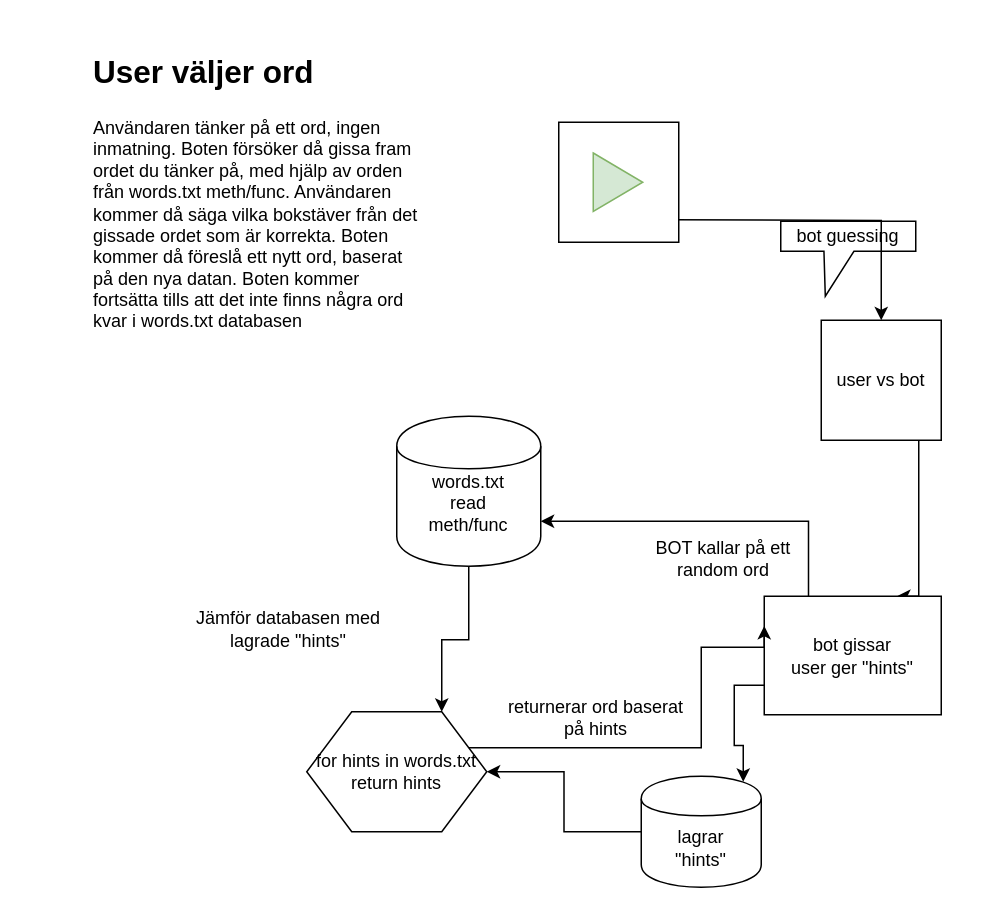
Above: Ordspelet.drawio in oscillate123/python-course-word-game (draw.io), before the change. Source tidied: cells renumbered, new cells numbered last; positions are measured from the earlier drawing's top-left corner, leaving out a move shared by most shapes. Both pictures are drawn from the tidied source at 150%, with x=0, y=0 at pixel (86, 40).
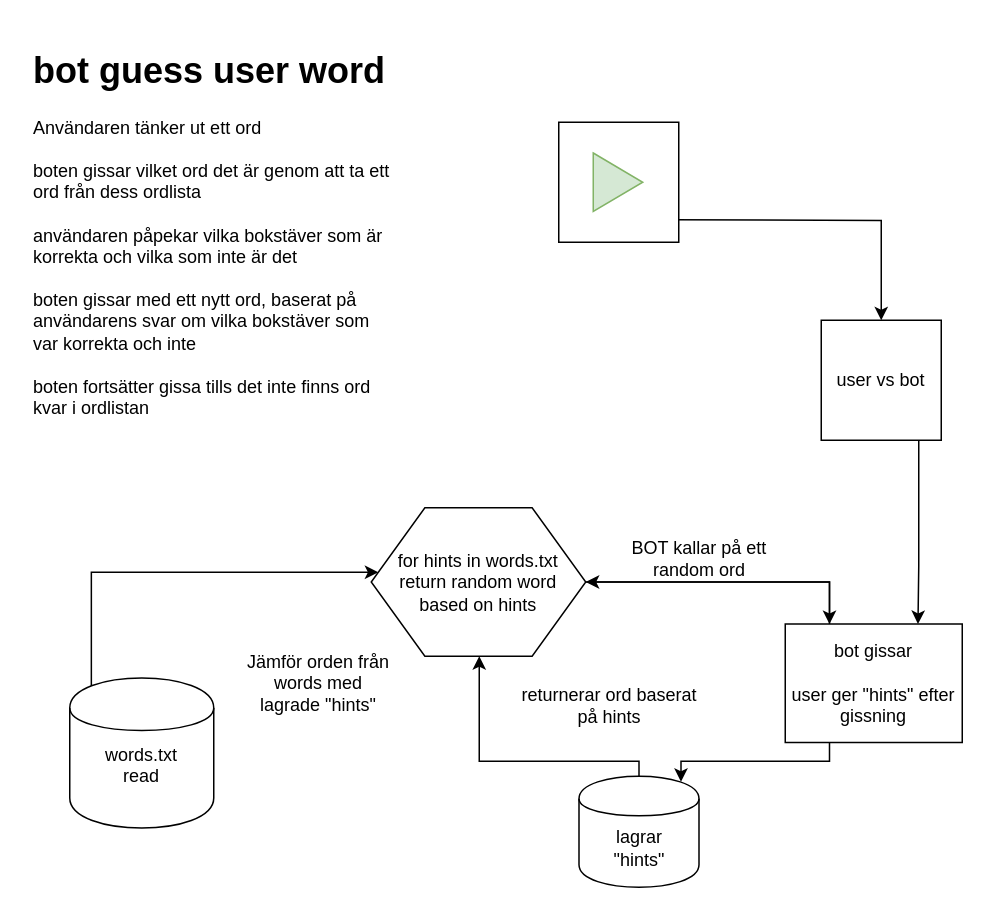
Above is the later version.

Change to the diagram source:
```diff
@@
-    <mxCell id="4" style="edgeStyle=orthogonalEdgeStyle;rounded=0;jettySize=auto;html=1;exitX=0.5;exitY=1;exitDx=0;exitDy=0;entryX=0.75;entryY=0;entryDx=0;entryDy=0;entryPerimeter=0;" parent="1" edge="1" source="5" target="13">
+    <mxCell id="4" style="edgeStyle=orthogonalEdgeStyle;rounded=0;jettySize=auto;html=1;exitX=0.15;exitY=0.95;exitDx=0;exitDy=0;exitPerimeter=0;" parent="1" edge="1" source="5" target="13">
       <mxGeometry relative="1" as="geometry">
         <Array as="points">
-          <mxPoint x="255" y="399" />
-          <mxPoint x="237" y="399" />
+          <mxPoint x="223" y="354" />
         </Array>
       </mxGeometry>
     </mxCell>
-    <mxCell id="5" value="&lt;div&gt;words.txt&lt;br&gt;read&lt;/div&gt;&lt;div&gt;meth/func&lt;br&gt;&lt;/div&gt;&lt;div&gt;&lt;br&gt;&lt;/div&gt;" style="shape=cylinder;whiteSpace=wrap;html=1;boundedLbl=1;backgroundOutline=1;" parent="1" vertex="1">
-      <mxGeometry x="207" y="250" width="96" height="100" as="geometry" />
+    <mxCell id="5" value="&lt;div&gt;words.txt&lt;br&gt;read&lt;/div&gt;&lt;div&gt;&lt;br&gt;&lt;/div&gt;" style="shape=cylinder;whiteSpace=wrap;html=1;boundedLbl=1;backgroundOutline=1;" parent="1" vertex="1">
+      <mxGeometry x="-11" y="424.5" width="96" height="100" as="geometry" />
     </mxCell>
-    <mxCell id="6" value="bot guessing" style="shape=callout;whiteSpace=wrap;html=1;perimeter=calloutPerimeter;size=30;position=0.32;position2=0.33;" parent="1" vertex="1">
-      <mxGeometry x="463" y="120" width="90" height="50" as="geometry" />
-    </mxCell>
@@
-    <mxCell id="8" value="&lt;h1&gt;&lt;font style=&quot;font-size: 21px&quot;&gt;User väljer ord&lt;/font&gt;&lt;br&gt;&lt;/h1&gt;&lt;p&gt;Användaren tänker på ett ord, ingen inmatning. Boten försöker då gissa fram ordet du tänker på, med hjälp av orden från words.txt meth/func. Användaren kommer då säga vilka bokstäver från det gissade ordet som är korrekta. Boten kommer då föreslå ett nytt ord, baserat på den nya datan. Boten kommer fortsätta tills att det inte finns några ord kvar i words.txt databasen&lt;br&gt;&lt;/p&gt;" style="text;html=1;strokeColor=none;fillColor=none;spacing=5;spacingTop=-20;whiteSpace=wrap;overflow=hidden;rounded=0;" parent="1" vertex="1">
-      <mxGeometry width="230" height="220" as="geometry" />
+    <mxCell id="8" value="&lt;h1&gt;bot guess user word&lt;br&gt;&lt;/h1&gt;&lt;p&gt;Användaren tänker ut ett ord&lt;br&gt;&lt;br&gt;boten gissar vilket ord det är genom att ta ett ord från dess ordlista&lt;br&gt;&lt;br&gt;användaren påpekar vilka bokstäver som är korrekta och vilka som inte är det&lt;br&gt;&lt;br&gt;boten gissar med ett nytt ord, baserat på användarens svar om vilka bokstäver som var korrekta och inte&lt;br&gt;&lt;br&gt;boten fortsätter gissa tills det inte finns ord kvar i ordlistan&lt;br&gt;&lt;/p&gt;" style="text;html=1;strokeColor=none;fillColor=none;spacing=5;spacingTop=-20;whiteSpace=wrap;overflow=hidden;rounded=0;" parent="1" vertex="1">
+      <mxGeometry x="-40" width="250" height="310" as="geometry" />
     </mxCell>
-    <mxCell id="9" style="edgeStyle=orthogonalEdgeStyle;rounded=0;jettySize=auto;html=1;exitX=0.25;exitY=0;exitDx=0;exitDy=0;entryX=1;entryY=0.7;entryDx=0;entryDy=0;" parent="1" edge="1" source="11" target="5">
-      <mxGeometry relative="1" as="geometry" />
-    </mxCell>
-    <mxCell id="10" style="edgeStyle=orthogonalEdgeStyle;rounded=0;jettySize=auto;html=1;exitX=0;exitY=0.75;exitDx=0;exitDy=0;entryX=0.85;entryY=0.05;entryDx=0;entryDy=0;entryPerimeter=0;" parent="1" edge="1" source="11" target="17">
-      <mxGeometry relative="1" as="geometry" />
+    <mxCell id="10" style="edgeStyle=orthogonalEdgeStyle;rounded=0;jettySize=auto;html=1;entryX=0.85;entryY=0.05;entryDx=0;entryDy=0;entryPerimeter=0;exitX=0.25;exitY=1;exitDx=0;exitDy=0;" parent="1" edge="1" source="11" target="17">
+      <mxGeometry relative="1" as="geometry">
+        <Array as="points">
+          <mxPoint x="496" y="480" />
+          <mxPoint x="397" y="480" />
+        </Array>
+      </mxGeometry>
     </mxCell>
+    <mxCell id="21" style="edgeStyle=orthogonalEdgeStyle;rounded=0;jettySize=auto;html=1;exitX=0.25;exitY=0;exitDx=0;exitDy=0;entryX=1;entryY=0.5;entryDx=0;entryDy=0;" parent="1" edge="1" source="11" target="13">
+      <mxGeometry relative="1" as="geometry" />
+    </mxCell>
-    <mxCell id="11" value="bot gissar&lt;br&gt;user ger &quot;hints&quot;" style="shape=rectangle;whiteSpace=wrap;html=1;backgroundOutline=1;" parent="1" vertex="1">
-      <mxGeometry x="452" y="370" width="118" height="79" as="geometry" />
+    <mxCell id="11" value="bot gissar&lt;br&gt;&lt;br&gt;user ger &quot;hints&quot; efter gissning" style="shape=rectangle;whiteSpace=wrap;html=1;backgroundOutline=1;" parent="1" vertex="1">
+      <mxGeometry x="466" y="388.5" width="118" height="79" as="geometry" />
     </mxCell>
-    <mxCell id="12" style="edgeStyle=orthogonalEdgeStyle;rounded=0;jettySize=auto;html=1;exitX=1;exitY=0.25;exitDx=0;exitDy=0;entryX=0;entryY=0.25;entryDx=0;entryDy=0;" parent="1" edge="1" source="13" target="11">
-      <mxGeometry relative="1" as="geometry">
-        <Array as="points">
-          <mxPoint x="410" y="471" />
-          <mxPoint x="410" y="404" />
-        </Array>
-      </mxGeometry>
+    <mxCell id="12" style="edgeStyle=orthogonalEdgeStyle;rounded=0;jettySize=auto;html=1;entryX=0.25;entryY=0;entryDx=0;entryDy=0;" parent="1" edge="1" source="13" target="11">
+      <mxGeometry relative="1" as="geometry" />
     </mxCell>
-    <mxCell id="13" value="for hints in words.txt&lt;br&gt;&lt;div&gt;return hints&lt;/div&gt;" style="shape=hexagon;perimeter=hexagonPerimeter2;whiteSpace=wrap;html=1;" parent="1" vertex="1">
-      <mxGeometry x="147" y="447" width="120" height="80" as="geometry" />
+    <mxCell id="13" value="for hints in words.txt&lt;br&gt;&lt;div&gt;return random word&lt;br&gt;based on hints&lt;br&gt;&lt;/div&gt;" style="shape=hexagon;perimeter=hexagonPerimeter2;whiteSpace=wrap;html=1;" parent="1" vertex="1">
+      <mxGeometry x="190" y="311" width="143" height="99" as="geometry" />
     </mxCell>
@@
     <mxCell id="16" style="edgeStyle=orthogonalEdgeStyle;rounded=0;jettySize=auto;html=1;" parent="1" edge="1" source="17" target="13">
-      <mxGeometry relative="1" as="geometry" />
+      <mxGeometry relative="1" as="geometry">
+        <Array as="points">
+          <mxPoint x="369" y="480" />
+          <mxPoint x="262" y="480" />
+        </Array>
+      </mxGeometry>
     </mxCell>
     <mxCell id="17" value="lagrar&lt;br&gt;&quot;hints&quot;" style="shape=cylinder;whiteSpace=wrap;html=1;boundedLbl=1;backgroundOutline=1;" parent="1" vertex="1">
-      <mxGeometry x="370" y="490" width="80" height="74" as="geometry" />
+      <mxGeometry x="328.5" y="490" width="80" height="74" as="geometry" />
     </mxCell>
     <mxCell id="18" value="BOT kallar på ett random ord" style="text;html=1;strokeColor=none;fillColor=none;align=center;verticalAlign=middle;whiteSpace=wrap;rounded=0;" parent="1" vertex="1">
-      <mxGeometry x="360" y="330" width="130" height="30" as="geometry" />
+      <mxGeometry x="344" y="330" width="130" height="30" as="geometry" />
     </mxCell>
-    <mxCell id="19" value="Jämför databasen med &lt;br&gt;lagrade &quot;hints&quot;" style="text;html=1;strokeColor=none;fillColor=none;align=center;verticalAlign=middle;whiteSpace=wrap;rounded=0;" parent="1" vertex="1">
-      <mxGeometry x="70" y="374" width="130" height="36" as="geometry" />
+    <mxCell id="19" value="Jämför orden från words med &lt;br&gt;lagrade &quot;hints&quot;" style="text;html=1;strokeColor=none;fillColor=none;align=center;verticalAlign=middle;whiteSpace=wrap;rounded=0;" parent="1" vertex="1">
+      <mxGeometry x="90" y="410" width="130" height="36" as="geometry" />
     </mxCell>
     <mxCell id="20" value="returnerar ord baserat på hints" style="text;html=1;strokeColor=none;fillColor=none;align=center;verticalAlign=middle;whiteSpace=wrap;rounded=0;" parent="1" vertex="1">
-      <mxGeometry x="280" y="439" width="120" height="24" as="geometry" />
+      <mxGeometry x="289" y="428" width="120" height="29" as="geometry" />
     </mxCell>
```
